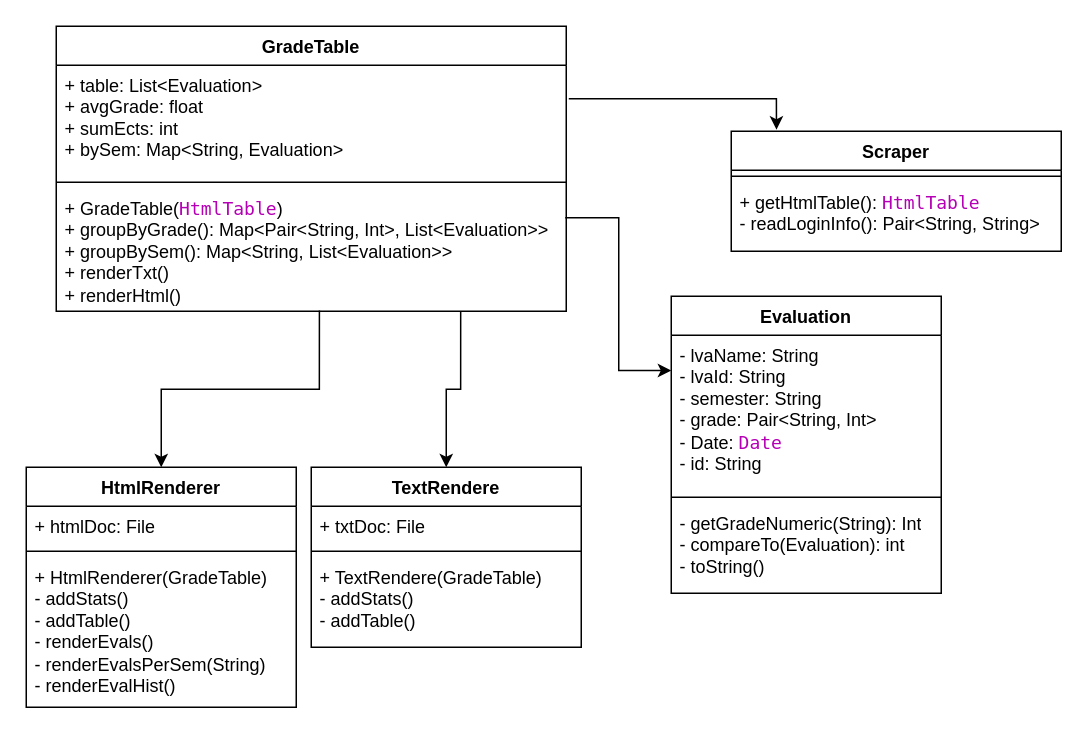
Above: MissingSemEx1/UML_ex1.drawio in strgPeter/JKU_KUSSS_grade_visualizer (draw.io), before the change. Source tidied: cells renumbered, new cells numbered last; positions are measured from the earlier drawing's top-left corner, leaving out a move shared by most shapes. Both pictures are drawn from the tidied source at 150%, with x=0, y=0 at pixel (26, 26).
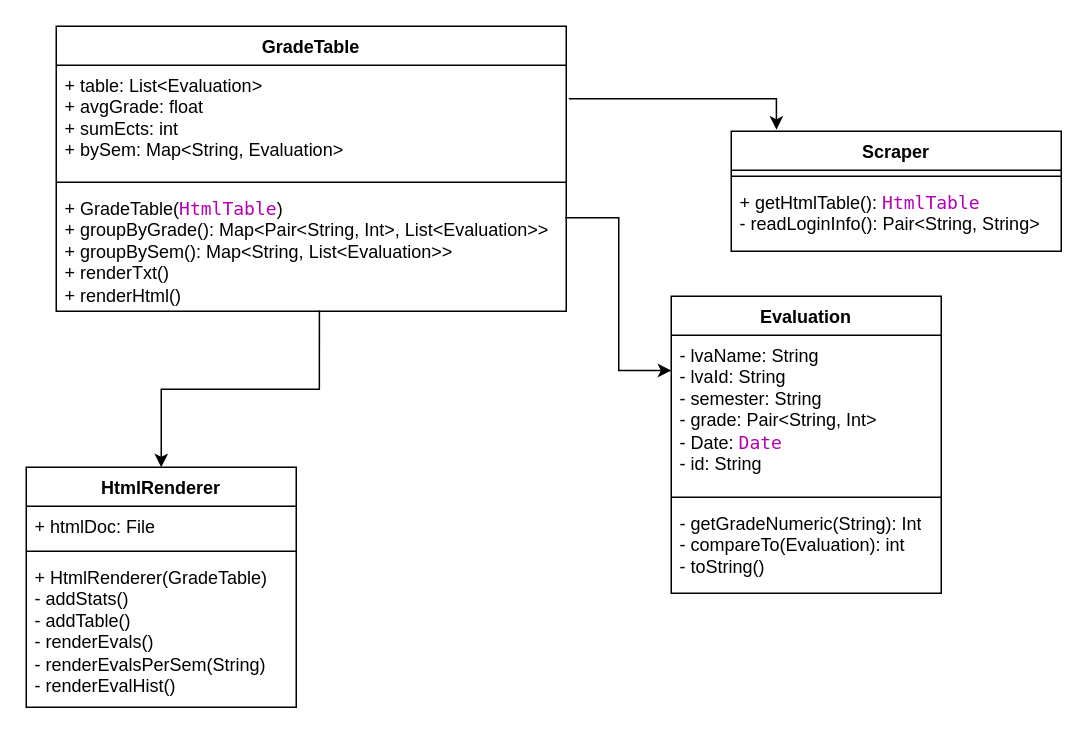
After the change.

Commit message:
update class diagram

The change refers to these unchanged cells:
```xml
<mxCell id="8" value="+ GradeTable(&lt;span style=&quot;color: rgb(181, 0, 181); font-family: Monaco, Menlo, Consolas, &amp;quot;Courier New&amp;quot;, monospace; font-size: 12px;&quot;&gt;HtmlTable&lt;/span&gt;)&lt;div&gt;+ groupByGrade(): Map&amp;lt;&lt;span style=&quot;background-color: initial;&quot;&gt;Pair&amp;lt;String, Int&amp;gt;,&amp;nbsp;&lt;/span&gt;&lt;span style=&quot;background-color: initial;&quot;&gt;List&lt;/span&gt;&lt;span style=&quot;background-color: initial;&quot;&gt;&amp;lt;&lt;/span&gt;&lt;span style=&quot;background-color: initial;&quot;&gt;Evaluation&lt;/span&gt;&lt;span style=&quot;background-color: initial;&quot;&gt;&amp;gt;&lt;/span&gt;&lt;span style=&quot;background-color: initial;&quot;&gt;&amp;gt;&lt;/span&gt;&lt;/div&gt;&lt;div&gt;+ groupBySem(): Map&amp;lt;&lt;span style=&quot;background-color: initial;&quot;&gt;String,&amp;nbsp;&lt;/span&gt;&lt;span style=&quot;background-color: initial;&quot;&gt;List&lt;/span&gt;&lt;span style=&quot;background-color: initial;&quot;&gt;&amp;lt;&lt;/span&gt;&lt;span style=&quot;background-color: initial;&quot;&gt;Evaluation&lt;/span&gt;&lt;span style=&quot;background-color: initial;&quot;&gt;&amp;gt;&lt;/span&gt;&lt;span style=&quot;background-color: initial;&quot;&gt;&amp;gt;&lt;/span&gt;&lt;/div&gt;&lt;div&gt;&lt;div style=&quot;font-size: 12px;&quot;&gt;&lt;span style=&quot;background-color: initial; font-size: 12px;&quot;&gt;+ renderTxt()&lt;/span&gt;&lt;/div&gt;&lt;div style=&quot;font-size: 12px;&quot;&gt;&lt;span style=&quot;background-color: initial; font-size: 12px;&quot;&gt;+ renderHtml()&lt;/span&gt;&lt;/div&gt;&lt;/div&gt;" style="text;strokeColor=none;fillColor=none;align=left;verticalAlign=top;spacingLeft=4;spacingRight=4;overflow=hidden;points=[[0,0.5],[1,0.5]];portConstraint=eastwest;whiteSpace=wrap;html=1;fontSize=12;" parent="5" vertex="1">
  <mxGeometry y="108" width="340" height="82" as="geometry" />
</mxCell>
```

Diff of the diagram source:
```diff
@@
-    <mxCell id="19" value="TextRendere" style="swimlane;fontStyle=1;align=center;verticalAlign=top;horizontal=1;startSize=26;whiteSpace=wrap;html=1;fontSize=12;" parent="1" vertex="1">
-      <mxGeometry x="190" y="294" width="180" height="120" as="geometry" />
-    </mxCell>
-    <mxCell id="20" value="&lt;font style=&quot;font-size: 12px;&quot;&gt;+ txtDoc: File&lt;/font&gt;" style="text;strokeColor=none;fillColor=none;align=left;verticalAlign=top;spacingLeft=4;spacingRight=4;overflow=hidden;whiteSpace=wrap;html=1;fontSize=12;" parent="19" vertex="1">
-      <mxGeometry y="26" width="180" height="26" as="geometry" />
-    </mxCell>
-    <mxCell id="21" style="line;strokeWidth=1;fillColor=none;align=left;verticalAlign=middle;spacingTop=-1;spacingLeft=3;spacingRight=3;labelPosition=right;strokeColor=inherit;fontSize=12;" parent="19" vertex="1">
-      <mxGeometry y="52" width="180" height="8" as="geometry" />
-    </mxCell>
-    <mxCell id="22" value="&lt;div style=&quot;font-size: 12px;&quot;&gt;+ TextRendere(GradeTable)&lt;/div&gt;&lt;div style=&quot;font-size: 12px;&quot;&gt;- addStats()&lt;/div&gt;&lt;div style=&quot;font-size: 12px;&quot;&gt;- addTable()&lt;/div&gt;" style="text;strokeColor=none;fillColor=none;align=left;verticalAlign=top;spacingLeft=4;spacingRight=4;overflow=hidden;whiteSpace=wrap;html=1;fontSize=12;" parent="19" vertex="1">
-      <mxGeometry y="60" width="180" height="60" as="geometry" />
-    </mxCell>
@@
-    <mxCell id="24" style="edgeStyle=orthogonalEdgeStyle;rounded=0;jettySize=auto;html=1;exitX=0.793;exitY=1;exitDx=0;exitDy=0;entryX=0.5;entryY=0;entryDx=0;entryDy=0;exitPerimeter=0;" parent="1" edge="1" source="8" target="19">
-      <mxGeometry relative="1" as="geometry" />
-    </mxCell>
```
